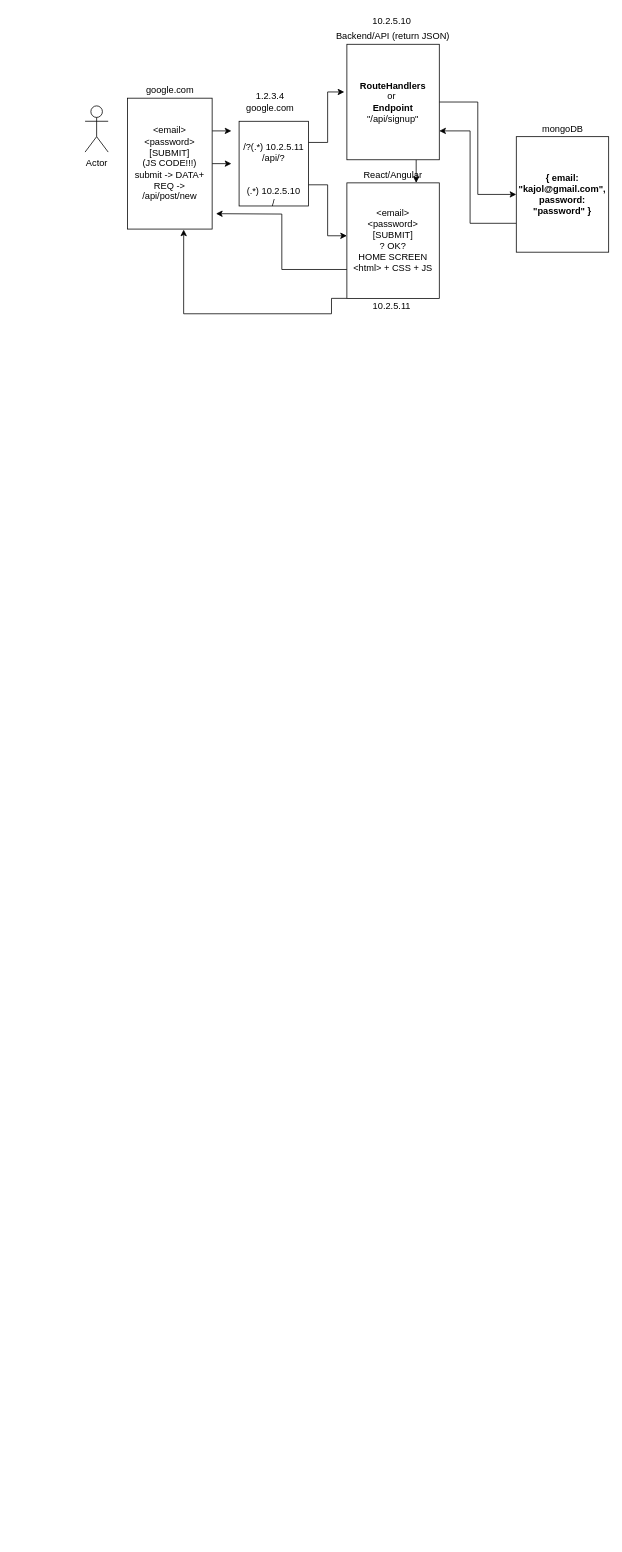
kajol-tiwari/KubernetesArchitecture keeps this draw.io diagram as Monolithic.drawio. Above is the earlier version. Source tidied: cells renumbered, new cells numbered last; positions are measured from the earlier drawing's top-left corner, leaving out a move shared by most shapes. Both pictures are drawn from the tidied source at 77%, with x=0, y=0 at pixel (85, 13).
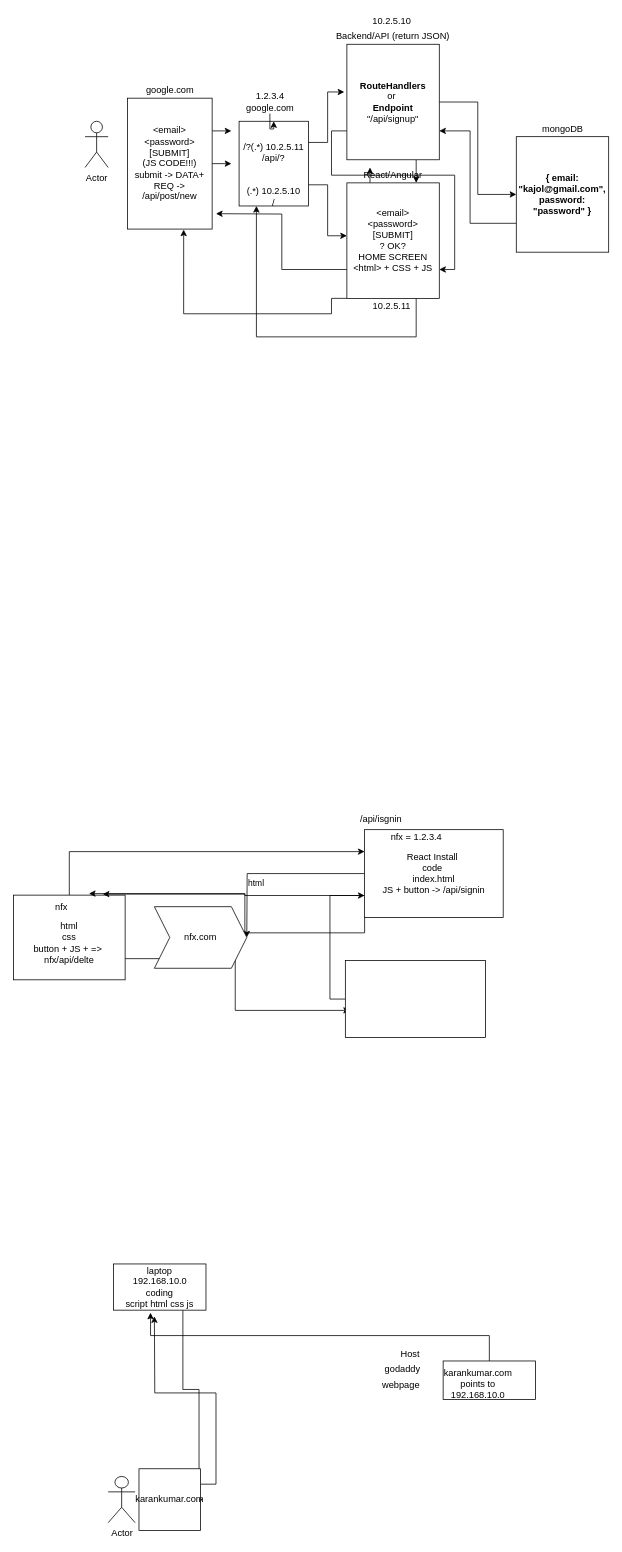
The same diagram, later.

Unchanged cells that the change refers to:
```xml
<mxCell id="4" value="&lt;b&gt;RouteHandlers&lt;br&gt;&lt;/b&gt;or&amp;nbsp;&lt;br&gt;&lt;b&gt;Endpoint&lt;/b&gt;&lt;br&gt;&quot;/api/signup&quot;" style="rounded=0;whiteSpace=wrap;html=1;" parent="1" vertex="1">
  <mxGeometry x="340" y="40" width="120" height="150" as="geometry" />
</mxCell>
<mxCell id="11" value="&amp;lt;email&amp;gt;&lt;br&gt;&amp;lt;password&amp;gt;&lt;br&gt;[SUBMIT]&lt;br&gt;? OK?&lt;br&gt;HOME SCREEN&lt;br&gt;&amp;lt;html&amp;gt; + CSS + JS" style="rounded=0;whiteSpace=wrap;html=1;" parent="1" vertex="1">
  <mxGeometry x="340" y="220" width="120" height="150" as="geometry" />
</mxCell>
<mxCell id="20" value="&lt;br&gt;&lt;br&gt;&lt;br&gt;&lt;br&gt;/?(.*)&amp;nbsp;&lt;span&gt;10.2.5.11&lt;br&gt;/api/?&lt;br&gt;&lt;br&gt;&lt;br&gt;(.*)&amp;nbsp;&lt;/span&gt;&lt;span&gt;10.2.5.10&lt;/span&gt;&lt;span&gt;&lt;br&gt;&lt;/span&gt;/&lt;br&gt;&lt;br&gt;&amp;nbsp;" style="rounded=0;whiteSpace=wrap;html=1;" parent="1" vertex="1">
  <mxGeometry x="200" y="140" width="90" height="110" as="geometry" />
</mxCell>
<mxCell id="23" value="1.2.3.4&lt;br&gt;google.com" style="text;html=1;align=center;verticalAlign=middle;points=[];" parent="1" vertex="1">
  <mxGeometry x="200" y="100" width="80" height="30" as="geometry" />
</mxCell>
```

Change to the diagram source:
```diff
@@
+    <mxCell id="24" style="edgeStyle=orthogonalEdgeStyle;rounded=0;jettySize=auto;html=1;exitX=0;exitY=0.75;exitDx=0;exitDy=0;entryX=1;entryY=0.75;entryDx=0;entryDy=0;" parent="1" edge="1" source="4" target="11">
+      <mxGeometry relative="1" as="geometry" />
+    </mxCell>
@@
+    <mxCell id="25" style="edgeStyle=orthogonalEdgeStyle;rounded=0;jettySize=auto;html=1;exitX=0.25;exitY=0;exitDx=0;exitDy=0;" parent="1" edge="1" source="11">
+      <mxGeometry relative="1" as="geometry">
+        <mxPoint x="370" y="200" as="targetPoint" />
+      </mxGeometry>
+    </mxCell>
+    <mxCell id="26" style="edgeStyle=orthogonalEdgeStyle;rounded=0;jettySize=auto;html=1;exitX=0.75;exitY=1;exitDx=0;exitDy=0;entryX=0.25;entryY=1;entryDx=0;entryDy=0;" parent="1" edge="1" source="11" target="20">
+      <mxGeometry relative="1" as="geometry">
+        <Array as="points">
+          <mxPoint x="430" y="420" />
+          <mxPoint x="223" y="420" />
+        </Array>
+      </mxGeometry>
+    </mxCell>
@@
     <mxCell id="13" value="Actor" style="shape=umlActor;verticalLabelPosition=bottom;labelBackgroundColor=#ffffff;verticalAlign=top;html=1;" parent="1" vertex="1">
-      <mxGeometry y="120" width="30" height="60" as="geometry" />
+      <mxGeometry y="140" width="30" height="60" as="geometry" />
     </mxCell>
@@
+    <mxCell id="27" style="edgeStyle=orthogonalEdgeStyle;rounded=0;jettySize=auto;html=1;" parent="1" edge="1" source="23" target="20">
+      <mxGeometry relative="1" as="geometry" />
+    </mxCell>
@@
+    <mxCell id="28" style="edgeStyle=orthogonalEdgeStyle;rounded=0;jettySize=auto;html=1;exitX=0.5;exitY=0;exitDx=0;exitDy=0;entryX=0;entryY=0.25;entryDx=0;entryDy=0;" parent="1" edge="1" source="30" target="35">
+      <mxGeometry relative="1" as="geometry" />
+    </mxCell>
+    <mxCell id="29" style="edgeStyle=orthogonalEdgeStyle;rounded=0;jettySize=auto;html=1;exitX=1;exitY=0.75;exitDx=0;exitDy=0;entryX=0.033;entryY=0.647;entryDx=0;entryDy=0;entryPerimeter=0;" parent="1" edge="1" source="30" target="52">
+      <mxGeometry relative="1" as="geometry" />
+    </mxCell>
+    <mxCell id="30" value="&lt;br&gt;html&lt;br&gt;css&lt;br&gt;button + JS + =&amp;gt;&amp;nbsp; nfx/api/delte" style="rounded=0;whiteSpace=wrap;html=1;" parent="1" vertex="1">
+      <mxGeometry x="-93" y="1145" width="145" height="110" as="geometry" />
+    </mxCell>
+    <mxCell id="31" style="edgeStyle=orthogonalEdgeStyle;rounded=0;jettySize=auto;html=1;exitX=0;exitY=0.5;exitDx=0;exitDy=0;" parent="1" edge="1" source="35">
+      <mxGeometry relative="1" as="geometry">
+        <mxPoint x="210" y="1200" as="targetPoint" />
+      </mxGeometry>
+    </mxCell>
+    <mxCell id="32" value="html" style="edgeLabel;html=1;align=center;verticalAlign=middle;" parent="31" vertex="1">
+      <mxGeometry x="0.4" y="11" relative="1" as="geometry" />
+    </mxCell>
+    <mxCell id="33" style="edgeStyle=orthogonalEdgeStyle;rounded=0;jettySize=auto;html=1;exitX=0;exitY=0.75;exitDx=0;exitDy=0;entryX=0.8;entryY=-0.012;entryDx=0;entryDy=0;entryPerimeter=0;" parent="1" edge="1" source="35" target="30">
+      <mxGeometry relative="1" as="geometry" />
+    </mxCell>
+    <mxCell id="34" style="edgeStyle=orthogonalEdgeStyle;rounded=0;jettySize=auto;html=1;exitX=0;exitY=1;exitDx=0;exitDy=0;entryX=0.676;entryY=-0.018;entryDx=0;entryDy=0;entryPerimeter=0;" parent="1" edge="1" source="35" target="30">
+      <mxGeometry relative="1" as="geometry" />
+    </mxCell>
+    <mxCell id="35" value="React Install&amp;nbsp;&lt;br&gt;code&amp;nbsp;&lt;br&gt;index.html&lt;br&gt;JS + button -&amp;gt; /api/signin" style="rounded=0;whiteSpace=wrap;html=1;" parent="1" vertex="1">
+      <mxGeometry x="363" y="1060" width="180" height="114" as="geometry" />
+    </mxCell>
+    <mxCell id="36" value="nfx = 1.2.3.4" style="text;html=1;align=center;verticalAlign=middle;" parent="1" vertex="1">
+      <mxGeometry x="390" y="1060" width="80" height="20" as="geometry" />
+    </mxCell>
+    <mxCell id="37" value="nfx" style="text;html=1;align=center;verticalAlign=middle;" parent="1" vertex="1">
+      <mxGeometry x="-46" y="1151" width="30" height="20" as="geometry" />
+    </mxCell>
+    <mxCell id="38" style="edgeStyle=orthogonalEdgeStyle;rounded=0;jettySize=auto;html=1;exitX=0.75;exitY=1;exitDx=0;exitDy=0;entryX=0.975;entryY=0.592;entryDx=0;entryDy=0;entryPerimeter=0;" parent="1" edge="1" source="39" target="49">
+      <mxGeometry relative="1" as="geometry" />
+    </mxCell>
+    <mxCell id="39" value="laptop&lt;br&gt;&lt;br&gt;coding&lt;br&gt;script html css js&lt;br&gt;" style="rounded=0;whiteSpace=wrap;html=1;" parent="1" vertex="1">
+      <mxGeometry x="37" y="1624" width="120" height="60" as="geometry" />
+    </mxCell>
+    <mxCell id="40" value="192.168.10.0" style="text;html=1;align=center;verticalAlign=middle;" parent="1" vertex="1">
+      <mxGeometry x="52" y="1636" width="90" height="20" as="geometry" />
+    </mxCell>
+    <mxCell id="41" value="webpage" style="text;html=1;align=center;verticalAlign=middle;" parent="1" vertex="1">
+      <mxGeometry x="380" y="1771" width="60" height="20" as="geometry" />
+    </mxCell>
+    <mxCell id="42" value="Host" style="text;html=1;align=center;verticalAlign=middle;" parent="1" vertex="1">
+      <mxGeometry x="402" y="1731" width="40" height="20" as="geometry" />
+    </mxCell>
+    <mxCell id="43" value="godaddy" style="text;html=1;align=center;verticalAlign=middle;" parent="1" vertex="1">
+      <mxGeometry x="382" y="1751" width="60" height="20" as="geometry" />
+    </mxCell>
+    <mxCell id="44" style="edgeStyle=orthogonalEdgeStyle;rounded=0;jettySize=auto;html=1;exitX=0.5;exitY=0;exitDx=0;exitDy=0;entryX=0.4;entryY=1.056;entryDx=0;entryDy=0;entryPerimeter=0;" parent="1" edge="1" source="45" target="39">
+      <mxGeometry relative="1" as="geometry" />
+    </mxCell>
+    <mxCell id="45" style="rounded=0;whiteSpace=wrap;html=1;" parent="1" vertex="1">
+      <mxGeometry x="465" y="1750" width="120" height="50" as="geometry" />
+    </mxCell>
+    <mxCell id="46" value="karankumar.com&lt;br&gt;points to&lt;br&gt;192.168.10.0" style="text;html=1;align=center;verticalAlign=middle;" parent="1" vertex="1">
+      <mxGeometry x="460" y="1755" width="100" height="50" as="geometry" />
+    </mxCell>
+    <mxCell id="47" value="Actor" style="shape=umlActor;verticalLabelPosition=bottom;labelBackgroundColor=#ffffff;verticalAlign=top;html=1;" parent="1" vertex="1">
+      <mxGeometry x="30" y="1900" width="35" height="60" as="geometry" />
+    </mxCell>
+    <mxCell id="48" style="edgeStyle=orthogonalEdgeStyle;rounded=0;jettySize=auto;html=1;exitX=1;exitY=0.25;exitDx=0;exitDy=0;" parent="1" edge="1" source="49">
+      <mxGeometry relative="1" as="geometry">
+        <mxPoint x="90" y="1692" as="targetPoint" />
+      </mxGeometry>
+    </mxCell>
+    <mxCell id="49" value="karankumar.com" style="whiteSpace=wrap;html=1;" parent="1" vertex="1">
+      <mxGeometry x="70" y="1890" width="80" height="80" as="geometry" />
+    </mxCell>
+    <mxCell id="50" value="/api/isgnin" style="text;html=1;align=center;verticalAlign=middle;" parent="1" vertex="1">
+      <mxGeometry x="349" y="1037" width="70" height="20" as="geometry" />
+    </mxCell>
+    <mxCell id="51" style="edgeStyle=orthogonalEdgeStyle;rounded=0;jettySize=auto;html=1;exitX=0;exitY=0.5;exitDx=0;exitDy=0;entryX=0;entryY=0.75;entryDx=0;entryDy=0;" parent="1" edge="1" source="52" target="35">
+      <mxGeometry relative="1" as="geometry" />
+    </mxCell>
+    <mxCell id="52" style="rounded=0;whiteSpace=wrap;html=1;" parent="1" vertex="1">
+      <mxGeometry x="338" y="1230" width="182" height="100" as="geometry" />
+    </mxCell>
+    <mxCell id="53" value="nfx.com" style="shape=step;perimeter=stepPerimeter;whiteSpace=wrap;html=1;fixedSize=1;" parent="1" vertex="1">
+      <mxGeometry x="90" y="1160" width="120" height="80" as="geometry" />
+    </mxCell>
```
